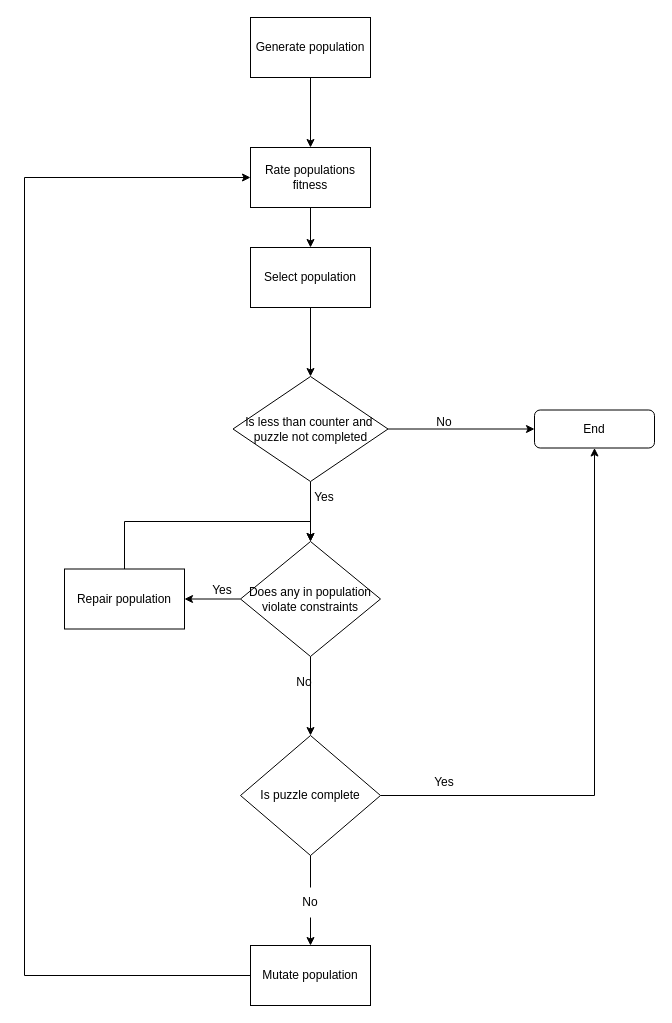
The draw.io diagram page "Page-2" (2 of 5) of Documentation/WIPs/Diagrams/Project diagrams.drawio in sfreeman218/MMP_Sudoku, before the edit. Source tidied: cells renumbered, new cells numbered last; positions are measured from the earlier drawing's top-left corner, leaving out a move shared by most shapes. Both pictures are drawn from the tidied source at 100%, with x=0, y=0 at pixel (24, 17).
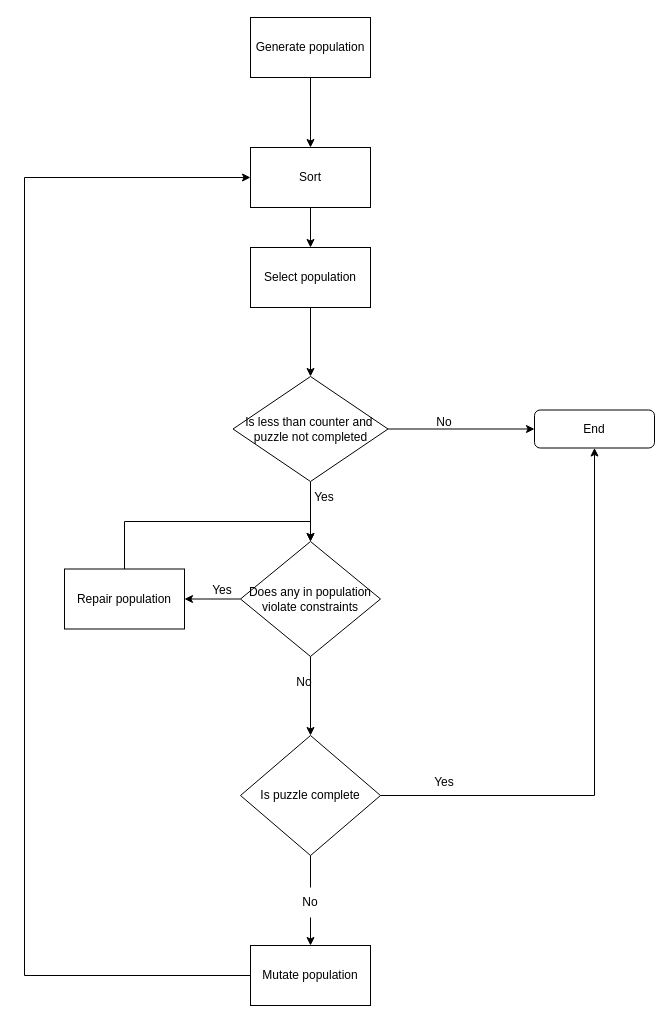
The same diagram, later.

Diff of the diagram source:
```diff
@@
-    <mxCell id="5" value="Rate populations fitness" style="rounded=0;whiteSpace=wrap;html=1;" parent="1" vertex="1">
+    <mxCell id="5" value="Sort" style="rounded=0;whiteSpace=wrap;html=1;" parent="1" vertex="1">
       <mxGeometry x="226" y="130" width="120" height="60" as="geometry" />
     </mxCell>
```
